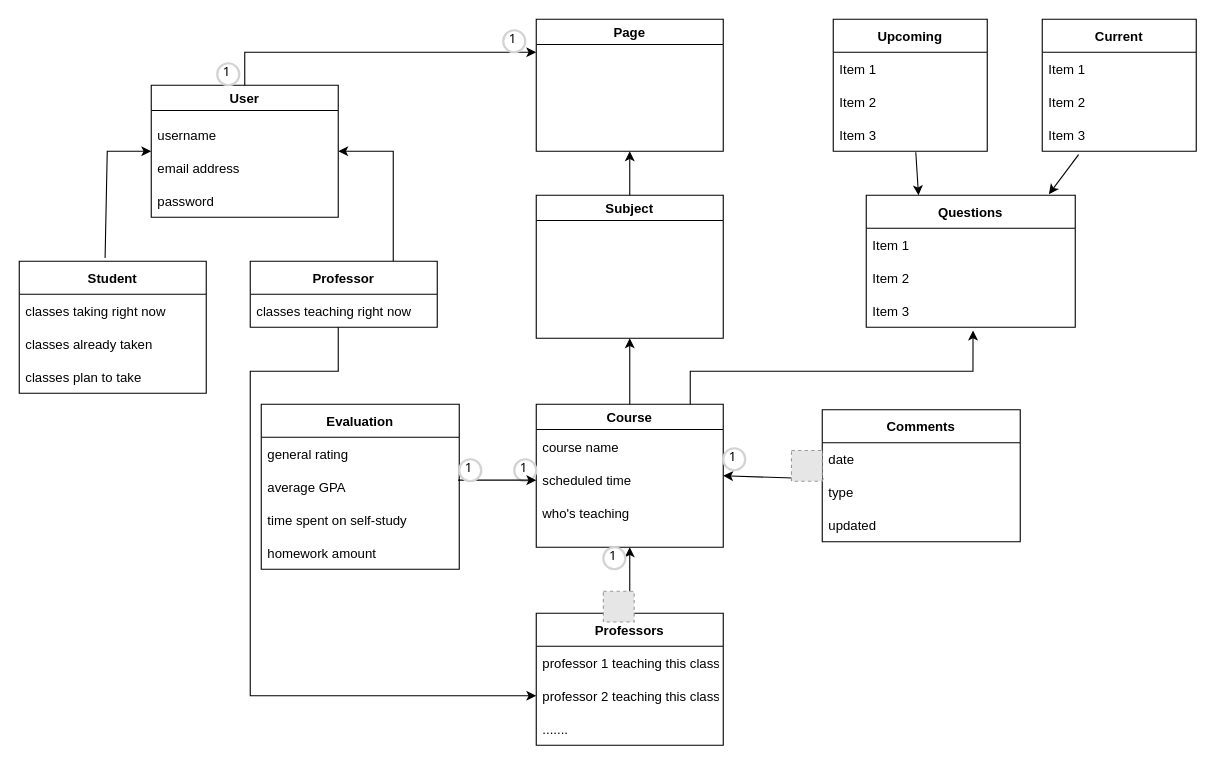
Before: Domain Model.drawio in I-Dont-Want-An-F/Project, a draw.io diagram. Source tidied: cells renumbered, new cells numbered last; positions are measured from the earlier drawing's top-left corner, leaving out a move shared by most shapes. Both pictures are drawn from the tidied source at 110%, with x=0, y=0 at pixel (19, 19). Pictures stored in the file or linked from it are replaced by grey dashed boxes.
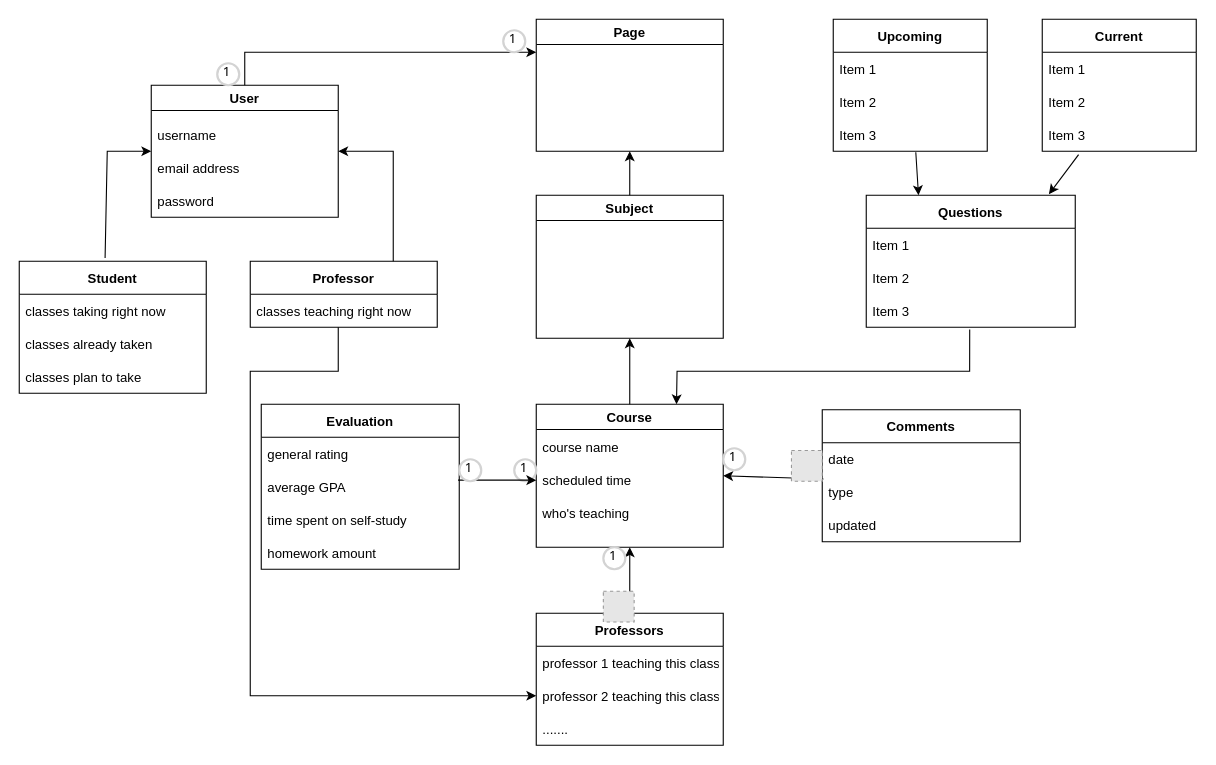
The same page after the edit.

Unchanged cells that the change refers to:
```xml
<mxCell id="22" value="Course" style="swimlane;" parent="1" vertex="1">
  <mxGeometry x="470" y="350" width="170" height="130" as="geometry" />
</mxCell>
<mxCell id="30" value="Item 3" style="text;strokeColor=none;fillColor=none;align=left;verticalAlign=middle;spacingLeft=4;spacingRight=4;overflow=hidden;points=[[0,0.5],[1,0.5]];portConstraint=eastwest;" parent="27" vertex="1">
  <mxGeometry y="90" width="190" height="30" as="geometry" />
</mxCell>
```

The edit, as a diff of the source:
```diff
@@
-    <mxCell id="46" style="endArrow=classic;html=1;rounded=0;entryX=0.511;entryY=1.1;entryDx=0;entryDy=0;entryPerimeter=0;" parent="1" edge="1" target="30">
-      <mxGeometry relative="1" as="geometry">
-        <mxPoint x="610" y="350" as="sourcePoint" />
-        <Array as="points">
-          <mxPoint x="610" y="320" />
-          <mxPoint x="867" y="320" />
-        </Array>
-      </mxGeometry>
-    </mxCell>
@@
+    <mxCell id="63" style="endArrow=classic;html=1;rounded=0;exitX=0.495;exitY=1.067;exitDx=0;exitDy=0;exitPerimeter=0;entryX=0.75;entryY=0;entryDx=0;entryDy=0;" parent="1" edge="1" source="30" target="22">
+      <mxGeometry relative="1" as="geometry">
+        <Array as="points">
+          <mxPoint x="864" y="320" />
+          <mxPoint x="598" y="320" />
+        </Array>
+      </mxGeometry>
+    </mxCell>
```
